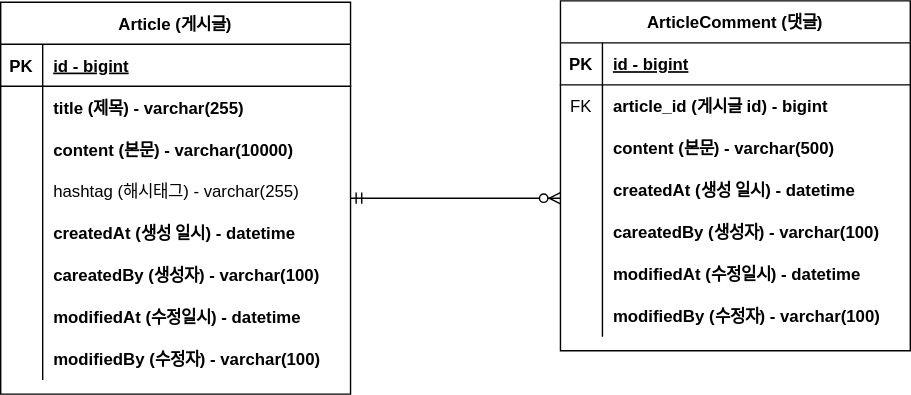
Earlier version of the draw.io export document/project-board-erd.svg (sarang682/project-board). Source tidied: cells renumbered, new cells last; positions are measured from the earlier drawing's top-left corner, leaving out a move shared by most shapes.
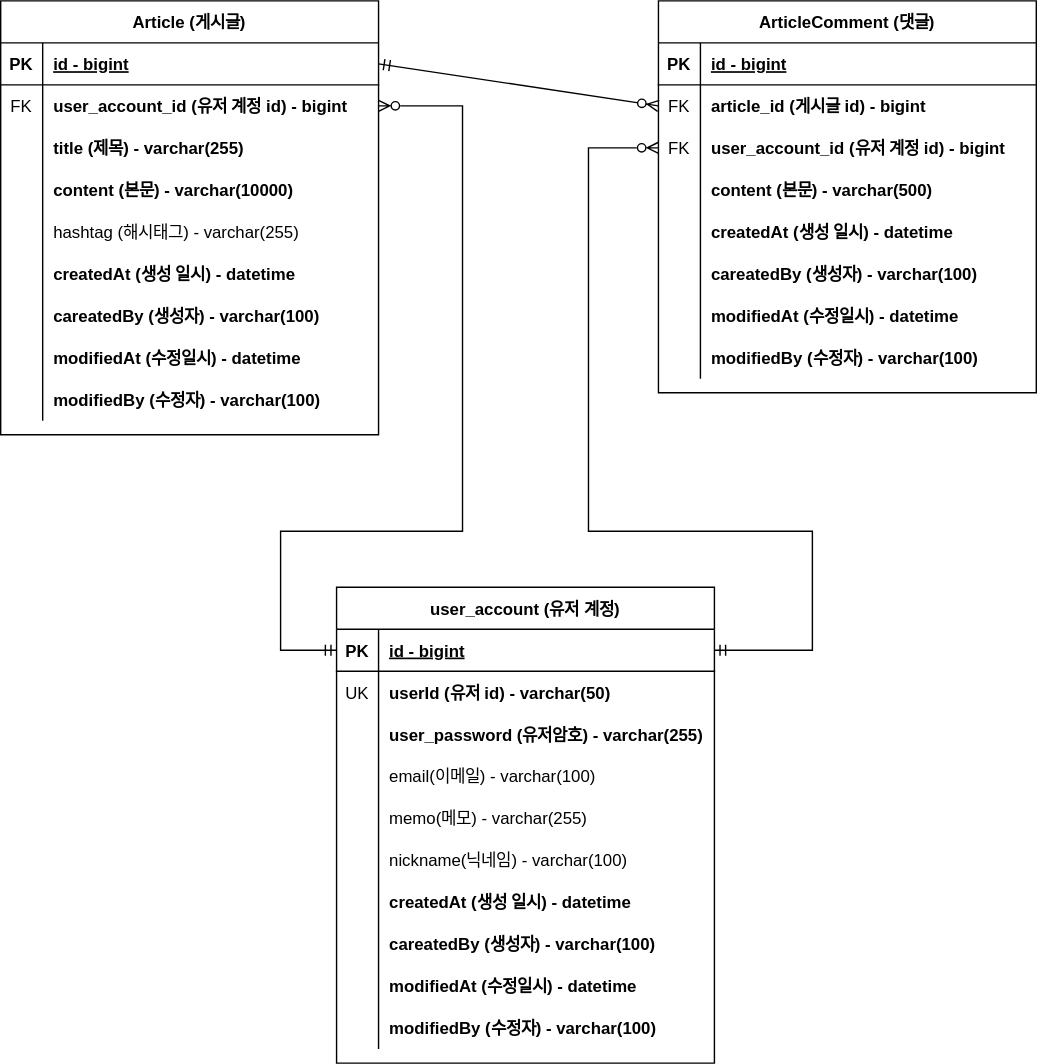
After the change.

Commit message:
#21 - 유저 계정 추가:project-board-erd.svg 업데이트

Diff of the diagram source:
```diff
@@ -5,6 +5,6 @@
     <mxCell id="2" value="ArticleComment (댓글)" style="shape=table;startSize=30;rowLines=0;fontStyle=1;align=center;" parent="1" vertex="1">
-      <mxGeometry x="400" width="250" height="250" as="geometry" />
+      <mxGeometry x="470" y="1" width="270" height="280" as="geometry" />
     </mxCell>
     <mxCell id="3" style="shape=partialRectangle;fillColor=none;top=0;left=0;right=0;bottom=1;" parent="2" vertex="1">
-      <mxGeometry y="30" width="250" height="30" as="geometry" />
+      <mxGeometry y="30" width="270" height="30" as="geometry" />
     </mxCell>
@@ -14,6 +14,6 @@
     <mxCell id="5" value="id - bigint" style="shape=partialRectangle;overflow=hidden;fillColor=none;top=0;left=0;bottom=0;right=0;align=left;spacingLeft=6;fontStyle=5;" parent="3" vertex="1">
-      <mxGeometry x="30" width="220" height="30" as="geometry" />
+      <mxGeometry x="30" width="240" height="30" as="geometry" />
     </mxCell>
     <mxCell id="6" style="shape=partialRectangle;fillColor=none;points=[[0,0.5],[1,0.5]];portConstraint=eastwest;top=0;left=0;right=0;bottom=0;" parent="2" vertex="1">
-      <mxGeometry y="60" width="250" height="30" as="geometry" />
+      <mxGeometry y="60" width="270" height="30" as="geometry" />
     </mxCell>
@@ -23,6 +23,15 @@
     <mxCell id="8" value="article_id (게시글 id) - bigint" style="shape=partialRectangle;overflow=hidden;fillColor=none;top=0;left=0;bottom=0;right=0;align=left;spacingLeft=6;fontStyle=1;" parent="6" vertex="1">
-      <mxGeometry x="30" width="220" height="30" as="geometry" />
+      <mxGeometry x="30" width="240" height="30" as="geometry" />
     </mxCell>
+    <mxCell id="51" style="shape=partialRectangle;fillColor=none;points=[[0,0.5],[1,0.5]];portConstraint=eastwest;top=0;left=0;right=0;bottom=0;" parent="2" vertex="1">
+      <mxGeometry y="90" width="270" height="30" as="geometry" />
+    </mxCell>
+    <mxCell id="52" value="FK" style="shape=partialRectangle;overflow=hidden;fillColor=none;top=0;left=0;bottom=0;right=0;" parent="51" vertex="1">
+      <mxGeometry width="30" height="30" as="geometry" />
+    </mxCell>
+    <mxCell id="53" value="user_account_id (유저 계정 id) - bigint" style="shape=partialRectangle;overflow=hidden;fillColor=none;top=0;left=0;bottom=0;right=0;align=left;spacingLeft=6;fontStyle=1;" parent="51" vertex="1">
+      <mxGeometry x="30" width="240" height="30" as="geometry" />
+    </mxCell>
     <mxCell id="9" style="shape=partialRectangle;fillColor=none;top=0;left=0;right=0;bottom=0;" parent="2" vertex="1">
-      <mxGeometry y="90" width="250" height="30" as="geometry" />
+      <mxGeometry y="120" width="270" height="30" as="geometry" />
     </mxCell>
@@ -32,6 +41,6 @@
     <mxCell id="11" value="content (본문) - varchar(500)" style="shape=partialRectangle;overflow=hidden;fillColor=none;top=0;left=0;bottom=0;right=0;align=left;spacingLeft=6;fontStyle=1;" parent="9" vertex="1">
-      <mxGeometry x="30" width="220" height="30" as="geometry" />
+      <mxGeometry x="30" width="240" height="30" as="geometry" />
     </mxCell>
     <mxCell id="12" style="shape=partialRectangle;fillColor=none;top=0;left=0;right=0;bottom=0;" parent="2" vertex="1">
-      <mxGeometry y="120" width="250" height="30" as="geometry" />
+      <mxGeometry y="150" width="270" height="30" as="geometry" />
     </mxCell>
@@ -41,6 +50,6 @@
     <mxCell id="14" value="createdAt (생성 일시) - datetime" style="shape=partialRectangle;overflow=hidden;fillColor=none;top=0;left=0;bottom=0;right=0;align=left;spacingLeft=6;fontStyle=1;" parent="12" vertex="1">
-      <mxGeometry x="30" width="220" height="30" as="geometry" />
+      <mxGeometry x="30" width="240" height="30" as="geometry" />
     </mxCell>
     <mxCell id="15" style="shape=partialRectangle;fillColor=none;top=0;left=0;right=0;bottom=0;" parent="2" vertex="1">
-      <mxGeometry y="150" width="250" height="30" as="geometry" />
+      <mxGeometry y="180" width="270" height="30" as="geometry" />
     </mxCell>
@@ -50,6 +59,6 @@
     <mxCell id="17" value="careatedBy (생성자) - varchar(100)" style="shape=partialRectangle;overflow=hidden;fillColor=none;top=0;left=0;bottom=0;right=0;align=left;spacingLeft=6;fontStyle=1;" parent="15" vertex="1">
-      <mxGeometry x="30" width="220" height="30" as="geometry" />
+      <mxGeometry x="30" width="240" height="30" as="geometry" />
     </mxCell>
     <mxCell id="18" style="shape=partialRectangle;fillColor=none;top=0;left=0;right=0;bottom=0;" parent="2" vertex="1">
-      <mxGeometry y="180" width="250" height="30" as="geometry" />
+      <mxGeometry y="210" width="270" height="30" as="geometry" />
     </mxCell>
@@ -59,6 +68,6 @@
     <mxCell id="20" value="modifiedAt (수정일시) - datetime" style="shape=partialRectangle;overflow=hidden;fillColor=none;top=0;left=0;bottom=0;right=0;align=left;spacingLeft=6;fontStyle=1;" parent="18" vertex="1">
-      <mxGeometry x="30" width="220" height="30" as="geometry" />
+      <mxGeometry x="30" width="240" height="30" as="geometry" />
     </mxCell>
     <mxCell id="21" style="shape=partialRectangle;fillColor=none;top=0;left=0;right=0;bottom=0;" parent="2" vertex="1">
-      <mxGeometry y="210" width="250" height="30" as="geometry" />
+      <mxGeometry y="240" width="270" height="30" as="geometry" />
     </mxCell>
@@ -68,9 +77,9 @@
     <mxCell id="23" value="modifiedBy (수정자) - varchar(100)" style="shape=partialRectangle;overflow=hidden;fillColor=none;top=0;left=0;bottom=0;right=0;align=left;spacingLeft=6;fontStyle=1;" parent="21" vertex="1">
-      <mxGeometry x="30" width="220" height="30" as="geometry" />
+      <mxGeometry x="30" width="240" height="30" as="geometry" />
     </mxCell>
     <mxCell id="24" value="Article (게시글)" style="shape=table;startSize=30;rowLines=0;fontStyle=1;align=center;" parent="1" vertex="1">
-      <mxGeometry y="1" width="250" height="280" as="geometry" />
+      <mxGeometry y="1" width="270" height="310" as="geometry" />
     </mxCell>
     <mxCell id="25" style="shape=partialRectangle;fillColor=none;points=[[0,0.5],[1,0.5]];portConstraint=eastwest;top=0;left=0;right=0;bottom=1;" parent="24" vertex="1">
-      <mxGeometry y="30" width="250" height="30" as="geometry" />
+      <mxGeometry y="30" width="270" height="30" as="geometry" />
     </mxCell>
@@ -80,15 +89,24 @@
     <mxCell id="27" value="id - bigint" style="shape=partialRectangle;overflow=hidden;fillColor=none;top=0;left=0;bottom=0;right=0;align=left;spacingLeft=6;fontStyle=5;" parent="25" vertex="1">
-      <mxGeometry x="30" width="220" height="30" as="geometry" />
+      <mxGeometry x="30" width="240" height="30" as="geometry" />
     </mxCell>
     <mxCell id="28" style="shape=partialRectangle;fillColor=none;points=[[0,0.5],[1,0.5]];portConstraint=eastwest;top=0;left=0;right=0;bottom=0;" parent="24" vertex="1">
-      <mxGeometry y="60" width="250" height="30" as="geometry" />
+      <mxGeometry y="60" width="270" height="30" as="geometry" />
     </mxCell>
-    <mxCell id="29" style="shape=partialRectangle;overflow=hidden;fillColor=none;top=0;left=0;bottom=0;right=0;" parent="28" vertex="1">
+    <mxCell id="29" value="FK" style="shape=partialRectangle;overflow=hidden;fillColor=none;top=0;left=0;bottom=0;right=0;" parent="28" vertex="1">
       <mxGeometry width="30" height="30" as="geometry" />
     </mxCell>
-    <mxCell id="30" value="title (제목) - varchar(255)" style="shape=partialRectangle;overflow=hidden;fillColor=none;top=0;left=0;bottom=0;right=0;align=left;spacingLeft=6;fontStyle=1;" parent="28" vertex="1">
-      <mxGeometry x="30" width="220" height="30" as="geometry" />
+    <mxCell id="30" value="user_account_id (유저 계정 id) - bigint" style="shape=partialRectangle;overflow=hidden;fillColor=none;top=0;left=0;bottom=0;right=0;align=left;spacingLeft=6;fontStyle=1;" parent="28" vertex="1">
+      <mxGeometry x="30" width="240" height="30" as="geometry" />
     </mxCell>
+    <mxCell id="54" style="shape=partialRectangle;fillColor=none;top=0;left=0;right=0;bottom=0;" parent="24" vertex="1">
+      <mxGeometry y="90" width="270" height="30" as="geometry" />
+    </mxCell>
+    <mxCell id="55" style="shape=partialRectangle;overflow=hidden;fillColor=none;top=0;left=0;bottom=0;right=0;" parent="54" vertex="1">
+      <mxGeometry width="30" height="30" as="geometry" />
+    </mxCell>
+    <mxCell id="56" value="title (제목) - varchar(255)" style="shape=partialRectangle;overflow=hidden;fillColor=none;top=0;left=0;bottom=0;right=0;align=left;spacingLeft=6;fontStyle=1;" parent="54" vertex="1">
+      <mxGeometry x="30" width="240" height="30" as="geometry" />
+    </mxCell>
     <mxCell id="31" style="shape=partialRectangle;fillColor=none;top=0;left=0;right=0;bottom=0;" parent="24" vertex="1">
-      <mxGeometry y="90" width="250" height="30" as="geometry" />
+      <mxGeometry y="120" width="270" height="30" as="geometry" />
     </mxCell>
@@ -98,6 +116,6 @@
     <mxCell id="33" value="content (본문) - varchar(10000)" style="shape=partialRectangle;overflow=hidden;fillColor=none;top=0;left=0;bottom=0;right=0;align=left;spacingLeft=6;fontStyle=1;" parent="31" vertex="1">
-      <mxGeometry x="30" width="220" height="30" as="geometry" />
+      <mxGeometry x="30" width="240" height="30" as="geometry" />
     </mxCell>
     <mxCell id="34" style="shape=partialRectangle;fillColor=none;points=[[0,0.5],[1,0.5]];portConstraint=eastwest;top=0;left=0;right=0;bottom=0;" parent="24" vertex="1">
-      <mxGeometry y="120" width="250" height="30" as="geometry" />
+      <mxGeometry y="150" width="270" height="30" as="geometry" />
     </mxCell>
@@ -107,6 +125,6 @@
     <mxCell id="36" value="hashtag (해시태그) - varchar(255)" style="shape=partialRectangle;overflow=hidden;fillColor=none;top=0;left=0;bottom=0;right=0;align=left;spacingLeft=6;" parent="34" vertex="1">
-      <mxGeometry x="30" width="220" height="30" as="geometry" />
+      <mxGeometry x="30" width="240" height="30" as="geometry" />
     </mxCell>
     <mxCell id="37" style="shape=partialRectangle;fillColor=none;top=0;left=0;right=0;bottom=0;" parent="24" vertex="1">
-      <mxGeometry y="150" width="250" height="30" as="geometry" />
+      <mxGeometry y="180" width="270" height="30" as="geometry" />
     </mxCell>
@@ -116,6 +134,6 @@
     <mxCell id="39" value="createdAt (생성 일시) - datetime" style="shape=partialRectangle;overflow=hidden;fillColor=none;top=0;left=0;bottom=0;right=0;align=left;spacingLeft=6;fontStyle=1;" parent="37" vertex="1">
-      <mxGeometry x="30" width="220" height="30" as="geometry" />
+      <mxGeometry x="30" width="240" height="30" as="geometry" />
     </mxCell>
     <mxCell id="40" style="shape=partialRectangle;fillColor=none;top=0;left=0;right=0;bottom=0;" parent="24" vertex="1">
-      <mxGeometry y="180" width="250" height="30" as="geometry" />
+      <mxGeometry y="210" width="270" height="30" as="geometry" />
     </mxCell>
@@ -125,6 +143,6 @@
     <mxCell id="42" value="careatedBy (생성자) - varchar(100)" style="shape=partialRectangle;overflow=hidden;fillColor=none;top=0;left=0;bottom=0;right=0;align=left;spacingLeft=6;fontStyle=1;" parent="40" vertex="1">
-      <mxGeometry x="30" width="220" height="30" as="geometry" />
+      <mxGeometry x="30" width="240" height="30" as="geometry" />
     </mxCell>
     <mxCell id="43" style="shape=partialRectangle;fillColor=none;top=0;left=0;right=0;bottom=0;" parent="24" vertex="1">
-      <mxGeometry y="210" width="250" height="30" as="geometry" />
+      <mxGeometry y="240" width="270" height="30" as="geometry" />
     </mxCell>
@@ -134,6 +152,6 @@
     <mxCell id="45" value="modifiedAt (수정일시) - datetime" style="shape=partialRectangle;overflow=hidden;fillColor=none;top=0;left=0;bottom=0;right=0;align=left;spacingLeft=6;fontStyle=1;" parent="43" vertex="1">
-      <mxGeometry x="30" width="220" height="30" as="geometry" />
+      <mxGeometry x="30" width="240" height="30" as="geometry" />
     </mxCell>
     <mxCell id="46" style="shape=partialRectangle;fillColor=none;top=0;left=0;right=0;bottom=0;" parent="24" vertex="1">
-      <mxGeometry y="240" width="250" height="30" as="geometry" />
+      <mxGeometry y="270" width="270" height="30" as="geometry" />
     </mxCell>
@@ -143,3 +161,3 @@
     <mxCell id="48" value="modifiedBy (수정자) - varchar(100)" style="shape=partialRectangle;overflow=hidden;fillColor=none;top=0;left=0;bottom=0;right=0;align=left;spacingLeft=6;fontStyle=1;" parent="46" vertex="1">
-      <mxGeometry x="30" width="220" height="30" as="geometry" />
+      <mxGeometry x="30" width="240" height="30" as="geometry" />
     </mxCell>
@@ -148,8 +166,121 @@
     </mxCell>
-    <mxCell id="50" style="edgeStyle=entityRelationEdgeStyle;fontSize=12;html=1;endArrow=ERzeroToMany;startArrow=ERmandOne;rounded=0;entryX=0;entryY=0.5;entryDx=0;entryDy=0;exitX=1;exitY=0.5;exitDx=0;exitDy=0;" parent="1" edge="1">
-      <mxGeometry relative="1" as="geometry">
-        <mxPoint x="250" y="141" as="sourcePoint" />
-        <mxPoint x="400" y="141" as="targetPoint" />
-      </mxGeometry>
+    <mxCell id="50" style="fontSize=12;html=1;endArrow=ERzeroToMany;startArrow=ERmandOne;rounded=0;entryX=0;entryY=0.5;entryDx=0;entryDy=0;exitX=1;exitY=0.5;exitDx=0;exitDy=0;" parent="1" edge="1" source="25" target="6">
+      <mxGeometry relative="1" as="geometry" />
     </mxCell>
+    <mxCell id="57" value="user_account (유저 계정)" style="shape=table;startSize=30;rowLines=0;fontStyle=1;align=center;" parent="1" vertex="1">
+      <mxGeometry x="240" y="420" width="270" height="340" as="geometry" />
+    </mxCell>
+    <mxCell id="58" style="shape=partialRectangle;fillColor=none;points=[[0,0.5],[1,0.5]];portConstraint=eastwest;top=0;left=0;right=0;bottom=1;" parent="57" vertex="1">
+      <mxGeometry y="30" width="270" height="30" as="geometry" />
+    </mxCell>
+    <mxCell id="59" value="PK" style="shape=partialRectangle;overflow=hidden;fillColor=none;top=0;left=0;bottom=0;right=0;fontStyle=1;" parent="58" vertex="1">
+      <mxGeometry width="30" height="30" as="geometry" />
+    </mxCell>
+    <mxCell id="60" value="id - bigint" style="shape=partialRectangle;overflow=hidden;fillColor=none;top=0;left=0;bottom=0;right=0;align=left;spacingLeft=6;fontStyle=5;" parent="58" vertex="1">
+      <mxGeometry x="30" width="240" height="30" as="geometry" />
+    </mxCell>
+    <mxCell id="61" style="shape=partialRectangle;fillColor=none;top=0;left=0;right=0;bottom=0;" parent="57" vertex="1">
+      <mxGeometry y="60" width="270" height="30" as="geometry" />
+    </mxCell>
+    <mxCell id="62" value="UK" style="shape=partialRectangle;overflow=hidden;fillColor=none;top=0;left=0;bottom=0;right=0;" parent="61" vertex="1">
+      <mxGeometry width="30" height="30" as="geometry" />
+    </mxCell>
+    <mxCell id="63" value="userId (유저 id) - varchar(50)" style="shape=partialRectangle;overflow=hidden;fillColor=none;top=0;left=0;bottom=0;right=0;align=left;spacingLeft=6;fontStyle=1;" parent="61" vertex="1">
+      <mxGeometry x="30" width="240" height="30" as="geometry" />
+    </mxCell>
+    <mxCell id="64" style="shape=partialRectangle;fillColor=none;top=0;left=0;right=0;bottom=0;" parent="57" vertex="1">
+      <mxGeometry y="90" width="270" height="30" as="geometry" />
+    </mxCell>
+    <mxCell id="65" style="shape=partialRectangle;overflow=hidden;fillColor=none;top=0;left=0;bottom=0;right=0;" parent="64" vertex="1">
+      <mxGeometry width="30" height="30" as="geometry" />
+    </mxCell>
+    <mxCell id="66" value="user_password (유저암호) - varchar(255)" style="shape=partialRectangle;overflow=hidden;fillColor=none;top=0;left=0;bottom=0;right=0;align=left;spacingLeft=6;fontStyle=1;" parent="64" vertex="1">
+      <mxGeometry x="30" width="240" height="30" as="geometry" />
+    </mxCell>
+    <mxCell id="67" style="shape=partialRectangle;fillColor=none;points=[[0,0.5],[1,0.5]];portConstraint=eastwest;top=0;left=0;right=0;bottom=0;" parent="57" vertex="1">
+      <mxGeometry y="120" width="270" height="30" as="geometry" />
+    </mxCell>
+    <mxCell id="68" style="shape=partialRectangle;overflow=hidden;fillColor=none;top=0;left=0;bottom=0;right=0;" parent="67" vertex="1">
+      <mxGeometry width="30" height="30" as="geometry" />
+    </mxCell>
+    <mxCell id="69" value="email(이메일) - varchar(100)" style="shape=partialRectangle;overflow=hidden;fillColor=none;top=0;left=0;bottom=0;right=0;align=left;spacingLeft=6;" parent="67" vertex="1">
+      <mxGeometry x="30" width="240" height="30" as="geometry" />
+    </mxCell>
+    <mxCell id="70" style="shape=partialRectangle;fillColor=none;top=0;left=0;right=0;bottom=0;" parent="57" vertex="1">
+      <mxGeometry y="150" width="270" height="30" as="geometry" />
+    </mxCell>
+    <mxCell id="71" style="shape=partialRectangle;overflow=hidden;fillColor=none;top=0;left=0;bottom=0;right=0;" parent="70" vertex="1">
+      <mxGeometry width="30" height="30" as="geometry" />
+    </mxCell>
+    <mxCell id="72" value="memo(메모) - varchar(255)" style="shape=partialRectangle;overflow=hidden;fillColor=none;top=0;left=0;bottom=0;right=0;align=left;spacingLeft=6;fontStyle=0;" parent="70" vertex="1">
+      <mxGeometry x="30" width="240" height="30" as="geometry" />
+    </mxCell>
+    <mxCell id="73" style="shape=partialRectangle;fillColor=none;top=0;left=0;right=0;bottom=0;" parent="57" vertex="1">
+      <mxGeometry y="180" width="270" height="30" as="geometry" />
+    </mxCell>
+    <mxCell id="74" style="shape=partialRectangle;overflow=hidden;fillColor=none;top=0;left=0;bottom=0;right=0;" parent="73" vertex="1">
+      <mxGeometry width="30" height="30" as="geometry" />
+    </mxCell>
+    <mxCell id="75" value="nickname(닉네임) - varchar(100)" style="shape=partialRectangle;overflow=hidden;fillColor=none;top=0;left=0;bottom=0;right=0;align=left;spacingLeft=6;fontStyle=0;" parent="73" vertex="1">
+      <mxGeometry x="30" width="240" height="30" as="geometry" />
+    </mxCell>
+    <mxCell id="76" style="shape=partialRectangle;fillColor=none;top=0;left=0;right=0;bottom=0;" parent="57" vertex="1">
+      <mxGeometry y="210" width="270" height="30" as="geometry" />
+    </mxCell>
+    <mxCell id="77" style="shape=partialRectangle;overflow=hidden;fillColor=none;top=0;left=0;bottom=0;right=0;" parent="76" vertex="1">
+      <mxGeometry width="30" height="30" as="geometry" />
+    </mxCell>
+    <mxCell id="78" value="createdAt (생성 일시) - datetime" style="shape=partialRectangle;overflow=hidden;fillColor=none;top=0;left=0;bottom=0;right=0;align=left;spacingLeft=6;fontStyle=1;" parent="76" vertex="1">
+      <mxGeometry x="30" width="240" height="30" as="geometry" />
+    </mxCell>
+    <mxCell id="79" style="shape=partialRectangle;fillColor=none;top=0;left=0;right=0;bottom=0;" parent="57" vertex="1">
+      <mxGeometry y="240" width="270" height="30" as="geometry" />
+    </mxCell>
+    <mxCell id="80" style="shape=partialRectangle;overflow=hidden;fillColor=none;top=0;left=0;bottom=0;right=0;" parent="79" vertex="1">
+      <mxGeometry width="30" height="30" as="geometry" />
+    </mxCell>
+    <mxCell id="81" value="careatedBy (생성자) - varchar(100)" style="shape=partialRectangle;overflow=hidden;fillColor=none;top=0;left=0;bottom=0;right=0;align=left;spacingLeft=6;fontStyle=1;" parent="79" vertex="1">
+      <mxGeometry x="30" width="240" height="30" as="geometry" />
+    </mxCell>
+    <mxCell id="82" style="shape=partialRectangle;fillColor=none;top=0;left=0;right=0;bottom=0;" parent="57" vertex="1">
+      <mxGeometry y="270" width="270" height="30" as="geometry" />
+    </mxCell>
+    <mxCell id="83" style="shape=partialRectangle;overflow=hidden;fillColor=none;top=0;left=0;bottom=0;right=0;" parent="82" vertex="1">
+      <mxGeometry width="30" height="30" as="geometry" />
+    </mxCell>
+    <mxCell id="84" value="modifiedAt (수정일시) - datetime" style="shape=partialRectangle;overflow=hidden;fillColor=none;top=0;left=0;bottom=0;right=0;align=left;spacingLeft=6;fontStyle=1;" parent="82" vertex="1">
+      <mxGeometry x="30" width="240" height="30" as="geometry" />
+    </mxCell>
+    <mxCell id="85" style="shape=partialRectangle;fillColor=none;top=0;left=0;right=0;bottom=0;" parent="57" vertex="1">
+      <mxGeometry y="300" width="270" height="30" as="geometry" />
+    </mxCell>
+    <mxCell id="86" style="shape=partialRectangle;overflow=hidden;fillColor=none;top=0;left=0;bottom=0;right=0;" parent="85" vertex="1">
+      <mxGeometry width="30" height="30" as="geometry" />
+    </mxCell>
+    <mxCell id="87" value="modifiedBy (수정자) - varchar(100)" style="shape=partialRectangle;overflow=hidden;fillColor=none;top=0;left=0;bottom=0;right=0;align=left;spacingLeft=6;fontStyle=1;" parent="85" vertex="1">
+      <mxGeometry x="30" width="240" height="30" as="geometry" />
+    </mxCell>
+    <mxCell id="88" style="edgeStyle=orthogonalEdgeStyle;rounded=0;orthogonalLoop=1;jettySize=auto;html=1;exitX=1;exitY=0.5;exitDx=0;exitDy=0;" parent="57" edge="1" source="67" target="67">
+      <mxGeometry relative="1" as="geometry" />
+    </mxCell>
+    <mxCell id="89" style="fontSize=12;html=1;endArrow=ERmandOne;startArrow=ERzeroToMany;rounded=0;exitX=1;exitY=0.5;exitDx=0;exitDy=0;elbow=vertical;edgeStyle=orthogonalEdgeStyle;startFill=0;endFill=0;entryX=0;entryY=0.5;entryDx=0;entryDy=0;" parent="1" edge="1" source="28" target="58">
+      <mxGeometry relative="1" as="geometry">
+        <Array as="points">
+          <mxPoint x="330" y="76" />
+          <mxPoint x="330" y="380" />
+          <mxPoint x="200" y="380" />
+          <mxPoint x="200" y="465" />
+        </Array>
+      </mxGeometry>
+    </mxCell>
+    <mxCell id="90" style="edgeStyle=orthogonalEdgeStyle;fontSize=12;html=1;endArrow=ERmandOne;startArrow=ERzeroToMany;rounded=0;entryX=1;entryY=0.5;entryDx=0;entryDy=0;exitX=0;exitY=0.5;exitDx=0;exitDy=0;startFill=0;endFill=0;" parent="1" edge="1" source="51" target="58">
+      <mxGeometry relative="1" as="geometry">
+        <Array as="points">
+          <mxPoint x="420" y="106" />
+          <mxPoint x="420" y="380" />
+          <mxPoint x="580" y="380" />
+          <mxPoint x="580" y="465" />
+        </Array>
+      </mxGeometry>
+    </mxCell>
   </root>
```
